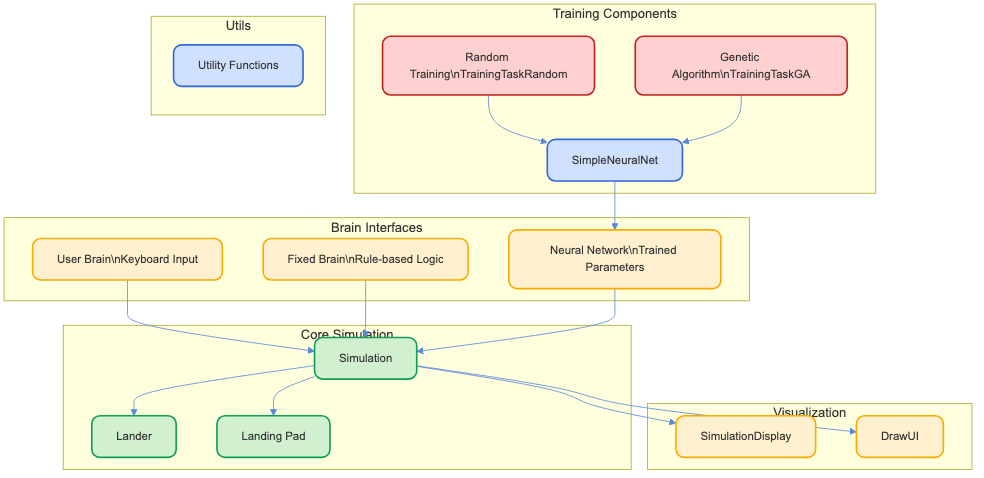
This is slides/images/simulation_components.png from Thomas-Chqt/NNLander, a Mermaid export, as it was before one commit. Its source is kept beside it as slides/src/simulation_components.mmd.
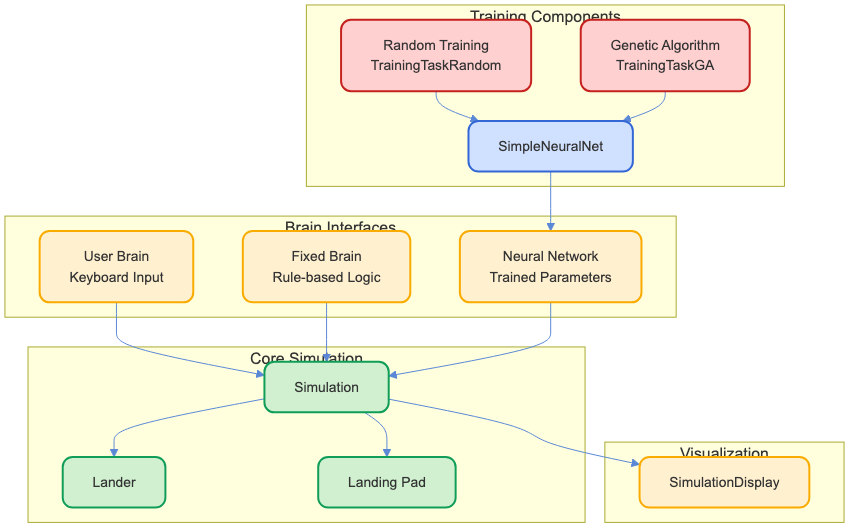
The same file after the commit.

The edit, as a diff of the source:
```diff
@@ -9,14 +9,14 @@
     end
 
     subgraph "Brain Interfaces"
-        user[User Brain\nKeyboard Input]:::tertiary
-        fixed[Fixed Brain\nRule-based Logic]:::tertiary
-        nn[Neural Network\nTrained Parameters]:::tertiary
+        user[User Brain<br>Keyboard Input]:::tertiary
+        fixed[Fixed Brain<br>Rule-based Logic]:::tertiary
+        nn[Neural Network<br>Trained Parameters]:::tertiary
     end
 
     subgraph "Training Components"
-        trainer_random[Random Training\nTrainingTaskRandom]:::quaternary
-        trainer_ga[Genetic Algorithm\nTrainingTaskGA]:::quaternary
+        trainer_random[Random Training<br>TrainingTaskRandom]:::quaternary
+        trainer_ga[Genetic Algorithm<br>TrainingTaskGA]:::quaternary
 
         nn_model[SimpleNeuralNet]
         trainer_random --> nn_model
@@ -29,14 +29,8 @@
 
     subgraph "Visualization"
         display[SimulationDisplay]:::tertiary
-        ui[DrawUI]:::tertiary
 
         sim --> display
-        sim --> ui
-    end
-
-    subgraph "Utils"
-        utils[Utility Functions]
     end
 
     nn_model --> nn
```
